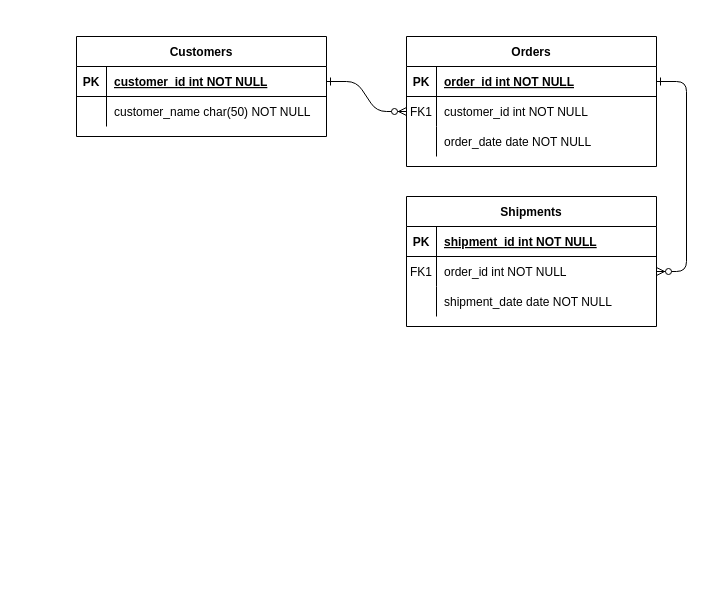
alocin98/angular-database-test keeps this draw.io diagram as angular-dtabase-test-schema.drawio. Above is the earlier version. Source tidied: cells renumbered, new cells numbered last; positions are measured from the earlier drawing's top-left corner, leaving out a move shared by most shapes. Both pictures are drawn from the tidied source at 100%, with x=0, y=0 at pixel (76, 36).
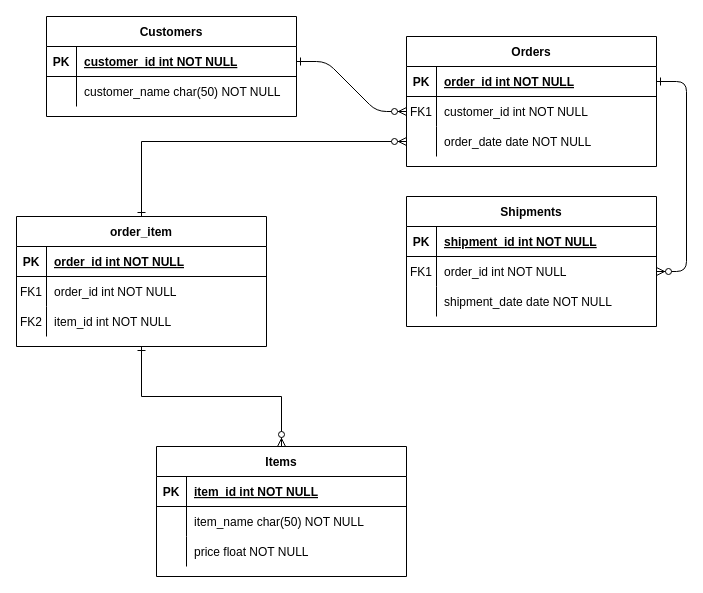
The same page after the edit.

Unchanged cells that the change refers to:
```xml
<mxCell id="11" style="shape=partialRectangle;fillColor=none;points=[[0,0.5],[1,0.5]];portConstraint=eastwest;top=0;left=0;right=0;bottom=0;" parent="4" vertex="1">
  <mxGeometry y="90" width="250" height="30" as="geometry" />
</mxCell>
```

The edit, as a diff of the source:
```diff
@@
     <mxCell id="24" value="Customers" style="shape=table;startSize=30;childLayout=tableLayout;rowLines=0;fontStyle=1;align=center;" parent="1" vertex="1">
-      <mxGeometry width="250" height="100" as="geometry" />
+      <mxGeometry x="-30" y="-20" width="250" height="100" as="geometry" />
     </mxCell>
@@
+    <mxCell id="31" style="edgeStyle=orthogonalEdgeStyle;rounded=0;jettySize=auto;html=1;exitX=0.5;exitY=0;exitDx=0;exitDy=0;entryX=0;entryY=0.5;entryDx=0;entryDy=0;startArrow=ERone;startFill=0;endArrow=ERzeroToMany;endFill=1;" parent="1" edge="1" source="32" target="11">
+      <mxGeometry relative="1" as="geometry" />
+    </mxCell>
+    <mxCell id="32" value="order_item" style="shape=table;startSize=30;childLayout=tableLayout;rowLines=0;fontStyle=1;align=center;" parent="1" vertex="1">
+      <mxGeometry x="-60" y="180" width="250" height="130" as="geometry" />
+    </mxCell>
+    <mxCell id="33" style="shape=partialRectangle;fillColor=none;top=0;left=0;right=0;bottom=1;" parent="32" vertex="1">
+      <mxGeometry y="30" width="250" height="30" as="geometry" />
+    </mxCell>
+    <mxCell id="34" value="PK" style="shape=partialRectangle;overflow=hidden;fillColor=none;top=0;left=0;bottom=0;right=0;fontStyle=1;" parent="33" vertex="1">
+      <mxGeometry width="30" height="30" as="geometry" />
+    </mxCell>
+    <mxCell id="35" value="order_id int NOT NULL " style="shape=partialRectangle;overflow=hidden;fillColor=none;top=0;left=0;bottom=0;right=0;align=left;spacingLeft=6;fontStyle=5;" parent="33" vertex="1">
+      <mxGeometry x="30" width="220" height="30" as="geometry" />
+    </mxCell>
+    <mxCell id="36" style="shape=partialRectangle;fillColor=none;top=0;left=0;right=0;bottom=0;" parent="32" vertex="1">
+      <mxGeometry y="60" width="250" height="30" as="geometry" />
+    </mxCell>
+    <mxCell id="37" value="FK1" style="shape=partialRectangle;overflow=hidden;fillColor=none;top=0;left=0;bottom=0;right=0;" parent="36" vertex="1">
+      <mxGeometry width="30" height="30" as="geometry" />
+    </mxCell>
+    <mxCell id="38" value="order_id int NOT NULL" style="shape=partialRectangle;overflow=hidden;fillColor=none;top=0;left=0;bottom=0;right=0;align=left;spacingLeft=6;" parent="36" vertex="1">
+      <mxGeometry x="30" width="220" height="30" as="geometry" />
+    </mxCell>
+    <mxCell id="39" style="shape=partialRectangle;fillColor=none;top=0;left=0;right=0;bottom=0;" parent="32" vertex="1">
+      <mxGeometry y="90" width="250" height="30" as="geometry" />
+    </mxCell>
+    <mxCell id="40" style="shape=partialRectangle;overflow=hidden;fillColor=none;top=0;left=0;bottom=0;right=0;" parent="39" vertex="1">
+      <mxGeometry width="30" height="30" as="geometry" />
+    </mxCell>
+    <mxCell id="41" value="item_id int NOT NULL" style="shape=partialRectangle;overflow=hidden;fillColor=none;top=0;left=0;bottom=0;right=0;align=left;spacingLeft=6;" parent="39" vertex="1">
+      <mxGeometry x="30" width="220" height="30" as="geometry" />
+    </mxCell>
+    <mxCell id="42" value="FK2" style="shape=partialRectangle;overflow=hidden;fillColor=none;top=0;left=0;bottom=0;right=0;" parent="1" vertex="1">
+      <mxGeometry x="-60" y="270" width="30" height="30" as="geometry" />
+    </mxCell>
+    <mxCell id="43" style="edgeStyle=orthogonalEdgeStyle;rounded=0;jettySize=auto;html=1;entryX=0.5;entryY=1;entryDx=0;entryDy=0;startArrow=ERzeroToMany;startFill=1;endArrow=ERone;endFill=0;" parent="1" edge="1" source="44" target="32">
+      <mxGeometry relative="1" as="geometry" />
+    </mxCell>
+    <mxCell id="44" value="Items" style="shape=table;startSize=30;childLayout=tableLayout;rowLines=0;fontStyle=1;align=center;" parent="1" vertex="1">
+      <mxGeometry x="80" y="410" width="250" height="130" as="geometry" />
+    </mxCell>
+    <mxCell id="45" style="shape=partialRectangle;fillColor=none;top=0;left=0;right=0;bottom=1;" parent="44" vertex="1">
+      <mxGeometry y="30" width="250" height="30" as="geometry" />
+    </mxCell>
+    <mxCell id="46" value="PK" style="shape=partialRectangle;overflow=hidden;fillColor=none;top=0;left=0;bottom=0;right=0;fontStyle=1;" parent="45" vertex="1">
+      <mxGeometry width="30" height="30" as="geometry" />
+    </mxCell>
+    <mxCell id="47" value="item_id int NOT NULL " style="shape=partialRectangle;overflow=hidden;fillColor=none;top=0;left=0;bottom=0;right=0;align=left;spacingLeft=6;fontStyle=5;" parent="45" vertex="1">
+      <mxGeometry x="30" width="220" height="30" as="geometry" />
+    </mxCell>
+    <mxCell id="48" style="shape=partialRectangle;fillColor=none;top=0;left=0;right=0;bottom=0;" parent="44" vertex="1">
+      <mxGeometry y="60" width="250" height="30" as="geometry" />
+    </mxCell>
+    <mxCell id="49" style="shape=partialRectangle;overflow=hidden;fillColor=none;top=0;left=0;bottom=0;right=0;" parent="48" vertex="1">
+      <mxGeometry width="30" height="30" as="geometry" />
+    </mxCell>
+    <mxCell id="50" value="item_name char(50) NOT NULL" style="shape=partialRectangle;overflow=hidden;fillColor=none;top=0;left=0;bottom=0;right=0;align=left;spacingLeft=6;" parent="48" vertex="1">
+      <mxGeometry x="30" width="220" height="30" as="geometry" />
+    </mxCell>
+    <mxCell id="51" style="shape=partialRectangle;fillColor=none;top=0;left=0;right=0;bottom=0;" parent="44" vertex="1">
+      <mxGeometry y="90" width="250" height="30" as="geometry" />
+    </mxCell>
+    <mxCell id="52" style="shape=partialRectangle;overflow=hidden;fillColor=none;top=0;left=0;bottom=0;right=0;" parent="51" vertex="1">
+      <mxGeometry width="30" height="30" as="geometry" />
+    </mxCell>
+    <mxCell id="53" value="price float NOT NULL" style="shape=partialRectangle;overflow=hidden;fillColor=none;top=0;left=0;bottom=0;right=0;align=left;spacingLeft=6;" parent="51" vertex="1">
+      <mxGeometry x="30" width="220" height="30" as="geometry" />
+    </mxCell>
```
